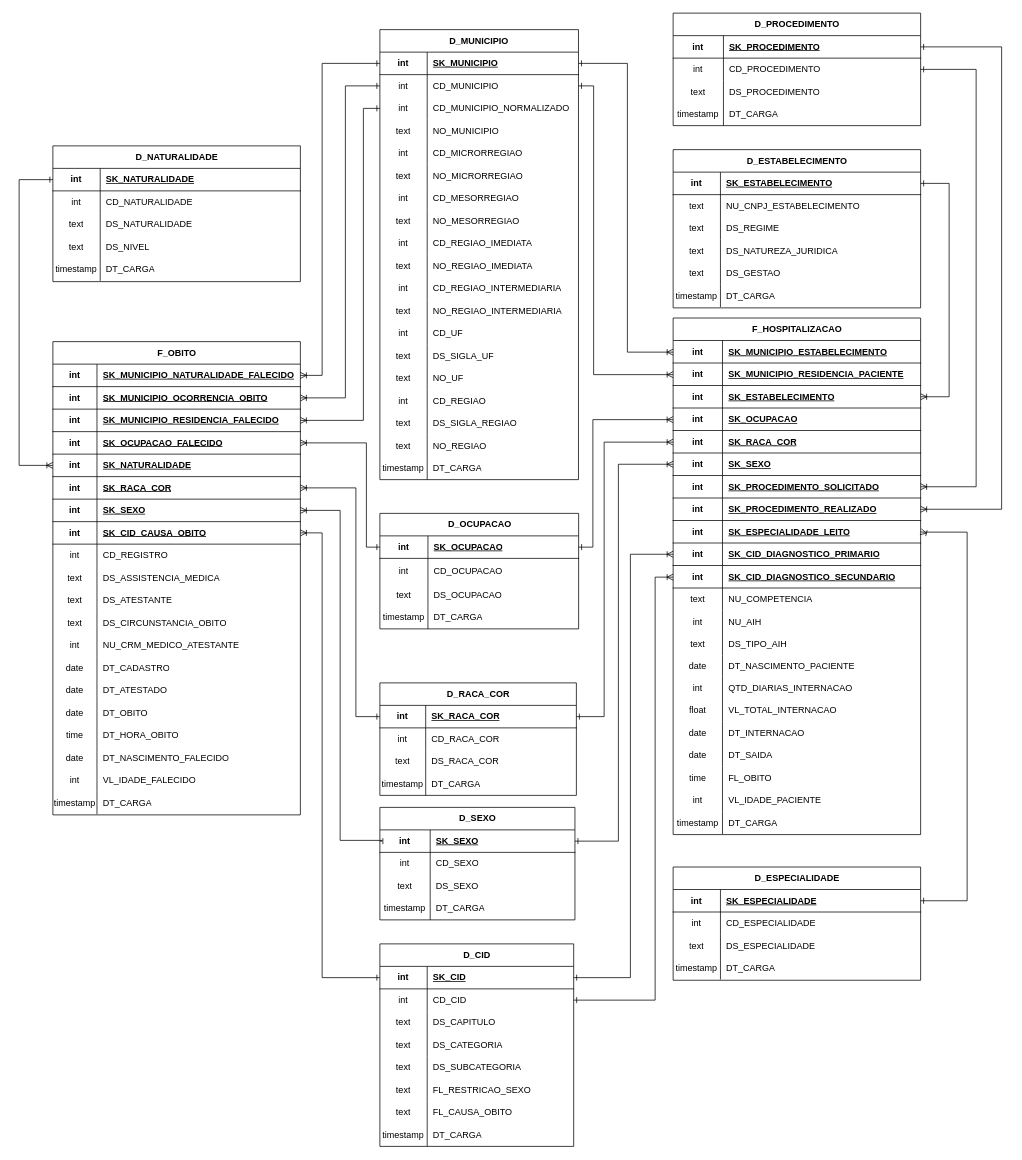
Earlier version of the draw.io diagram docs/Diagrama Saúde Mental.drawio (Cleiton-Gaioti/BI_SAUDE_MENTAL). Source tidied: cells renumbered, new cells numbered last; positions are measured from the earlier drawing's top-left corner, leaving out a move shared by most shapes. Both pictures are drawn from the tidied source at 75%, with x=0, y=0 at pixel (19, 13).
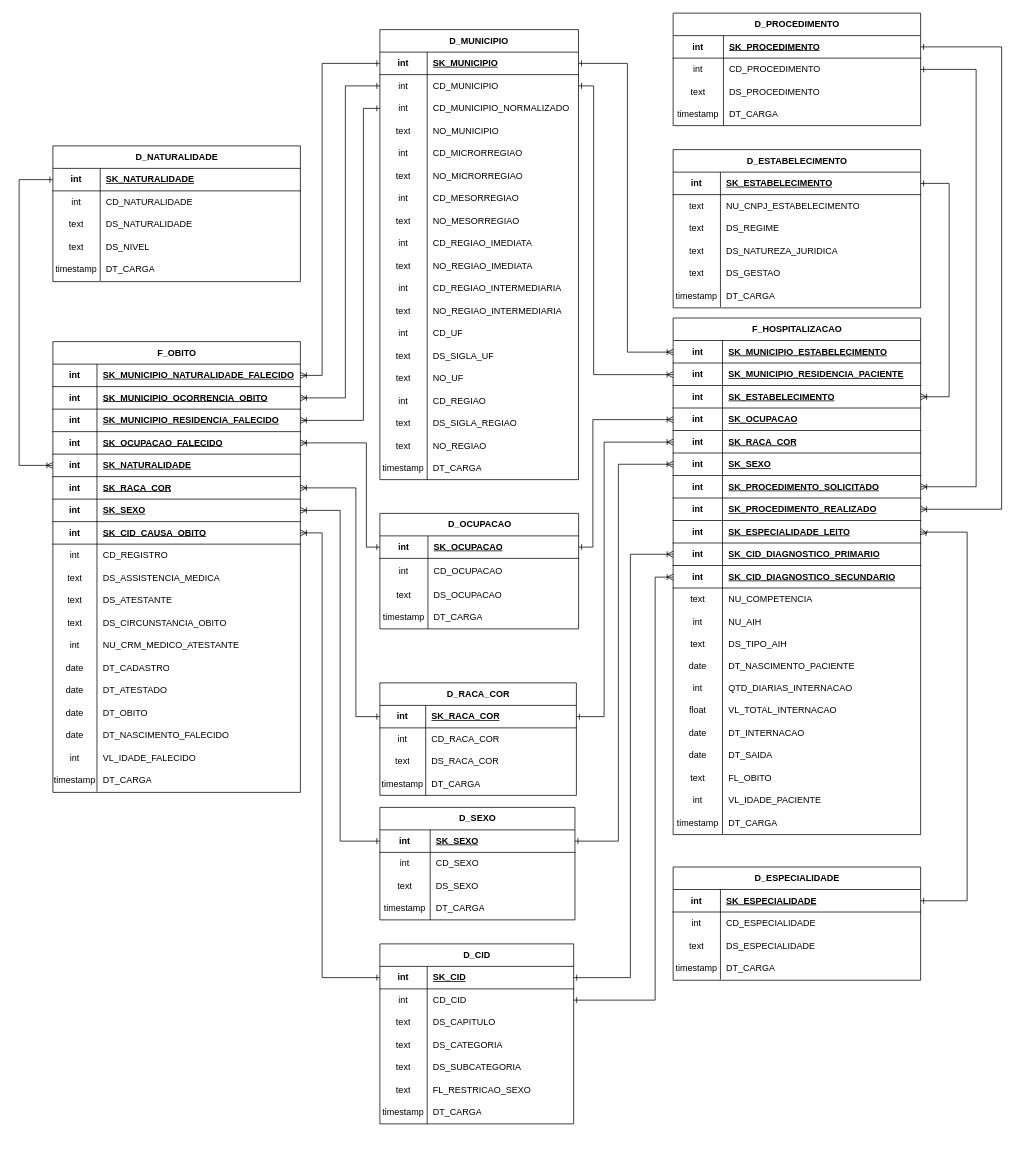
The same page after the edit.

The change refers to these unchanged cells:
```xml
<mxCell id="79" style="shape=tableRow;horizontal=0;startSize=0;swimlaneHead=0;swimlaneBody=0;fillColor=none;points=[[0,0.5],[1,0.5]];portConstraint=eastwest;top=0;left=0;right=0;bottom=1;" parent="60" vertex="1">
  <mxGeometry y="210" width="330" height="30" as="geometry" />
</mxCell>
<mxCell id="191" style="shape=tableRow;horizontal=0;startSize=0;swimlaneHead=0;swimlaneBody=0;fillColor=none;points=[[0,0.5],[1,0.5]];portConstraint=eastwest;top=0;left=0;right=0;bottom=1;" parent="190" vertex="1">
  <mxGeometry y="30" width="260.1" height="30" as="geometry" />
</mxCell>
<mxCell id="296" style="shape=tableRow;horizontal=0;startSize=0;swimlaneHead=0;swimlaneBody=0;fillColor=none;top=0;left=0;right=0;bottom=0;" parent="238" vertex="1">
  <mxGeometry y="598" width="330" height="30" as="geometry" />
</mxCell>
```

Change to the diagram source:
```diff
@@
     <mxCell id="60" value="F_OBITO&lt;br&gt;" style="shape=table;startSize=30;childLayout=tableLayout;rowLines=0;fontStyle=1;align=center;html=1;" parent="1" vertex="1">
-      <mxGeometry x="45" y="438" width="330" height="631" as="geometry" />
+      <mxGeometry x="45" y="438" width="330" height="601" as="geometry" />
     </mxCell>
@@
-    <mxCell id="109" style="shape=tableRow;horizontal=0;startSize=0;swimlaneHead=0;swimlaneBody=0;fillColor=none;top=0;left=0;right=0;bottom=0;" parent="60" vertex="1">
-      <mxGeometry y="510" width="330" height="30" as="geometry" />
-    </mxCell>
-    <mxCell id="110" value="time" style="shape=partialRectangle;fillColor=none;top=0;left=0;bottom=0;right=0;overflow=hidden;whiteSpace=wrap;html=1;" parent="109" vertex="1">
-      <mxGeometry width="58.8" height="30" as="geometry" />
-    </mxCell>
-    <mxCell id="111" value="DT_HORA_OBITO" style="shape=partialRectangle;fillColor=none;top=0;left=0;bottom=0;right=0;align=left;spacingLeft=6;overflow=hidden;whiteSpace=wrap;html=1;" parent="109" vertex="1">
-      <mxGeometry x="58.8" width="271.2" height="30" as="geometry" />
-    </mxCell>
     <mxCell id="112" style="shape=tableRow;horizontal=0;startSize=0;swimlaneHead=0;swimlaneBody=0;fillColor=none;top=0;left=0;right=0;bottom=0;" parent="60" vertex="1">
-      <mxGeometry y="540" width="330" height="30" as="geometry" />
+      <mxGeometry y="510" width="330" height="30" as="geometry" />
     </mxCell>
@@
     <mxCell id="115" style="shape=tableRow;horizontal=0;startSize=0;swimlaneHead=0;swimlaneBody=0;fillColor=none;top=0;left=0;right=0;bottom=0;" parent="60" vertex="1">
-      <mxGeometry y="570" width="330" height="30" as="geometry" />
+      <mxGeometry y="540" width="330" height="30" as="geometry" />
     </mxCell>
@@
     <mxCell id="118" style="shape=tableRow;horizontal=0;startSize=0;swimlaneHead=0;swimlaneBody=0;fillColor=none;top=0;left=0;right=0;bottom=0;" parent="60" vertex="1">
-      <mxGeometry y="600" width="330" height="30" as="geometry" />
+      <mxGeometry y="570" width="330" height="30" as="geometry" />
     </mxCell>
@@
     <mxCell id="135" value="D_CID" style="shape=table;startSize=30;childLayout=tableLayout;rowLines=0;fontStyle=1;align=center;html=1;" parent="1" vertex="1">
-      <mxGeometry x="481" y="1241" width="258.4" height="270" as="geometry" />
+      <mxGeometry x="481" y="1241" width="258.4" height="240" as="geometry" />
     </mxCell>
@@
-    <mxCell id="154" style="shape=tableRow;horizontal=0;startSize=0;swimlaneHead=0;swimlaneBody=0;fillColor=none;top=0;left=0;right=0;bottom=0;" parent="135" vertex="1">
-      <mxGeometry y="210" width="258.4" height="30" as="geometry" />
-    </mxCell>
-    <mxCell id="155" value="text" style="shape=partialRectangle;fillColor=none;top=0;left=0;bottom=0;right=0;overflow=hidden;whiteSpace=wrap;html=1;" parent="154" vertex="1">
-      <mxGeometry width="63.1" height="30" as="geometry" />
-    </mxCell>
-    <mxCell id="156" value="FL_CAUSA_OBITO" style="shape=partialRectangle;fillColor=none;top=0;left=0;bottom=0;right=0;align=left;spacingLeft=6;overflow=hidden;whiteSpace=wrap;html=1;" parent="154" vertex="1">
-      <mxGeometry x="63.1" width="195.3" height="30" as="geometry" />
-    </mxCell>
     <mxCell id="157" style="shape=tableRow;horizontal=0;startSize=0;swimlaneHead=0;swimlaneBody=0;fillColor=none;top=0;left=0;right=0;bottom=0;" parent="135" vertex="1">
-      <mxGeometry y="240" width="258.4" height="30" as="geometry" />
+      <mxGeometry y="210" width="258.4" height="30" as="geometry" />
     </mxCell>
@@
-    <mxCell id="297" value="time" style="shape=partialRectangle;fillColor=none;top=0;left=0;bottom=0;right=0;overflow=hidden;whiteSpace=wrap;html=1;" parent="296" vertex="1">
+    <mxCell id="297" value="text" style="shape=partialRectangle;fillColor=none;top=0;left=0;bottom=0;right=0;overflow=hidden;whiteSpace=wrap;html=1;" parent="296" vertex="1">
       <mxGeometry width="65.8" height="30" as="geometry" />
     </mxCell>
@@
-    <mxCell id="306" style="edgeStyle=orthogonalEdgeStyle;rounded=0;jettySize=auto;html=1;exitX=0;exitY=0.5;exitDx=0;exitDy=0;endArrow=ERoneToMany;endFill=0;startArrow=ERone;startFill=0;" parent="1" edge="1" source="191" target="79">
-      <mxGeometry relative="1" as="geometry">
-        <Array as="points">
-          <mxPoint x="484" y="1103" />
-          <mxPoint x="428" y="1103" />
-          <mxPoint x="428" y="663" />
-        </Array>
-      </mxGeometry>
-    </mxCell>
@@
+    <mxCell id="306" style="edgeStyle=orthogonalEdgeStyle;rounded=0;jettySize=auto;html=1;exitX=0;exitY=0.5;exitDx=0;exitDy=0;entryX=1;entryY=0.5;entryDx=0;entryDy=0;endArrow=ERoneToMany;endFill=0;startArrow=ERone;startFill=0;" parent="1" edge="1" source="191" target="79">
+      <mxGeometry relative="1" as="geometry" />
+    </mxCell>
```
